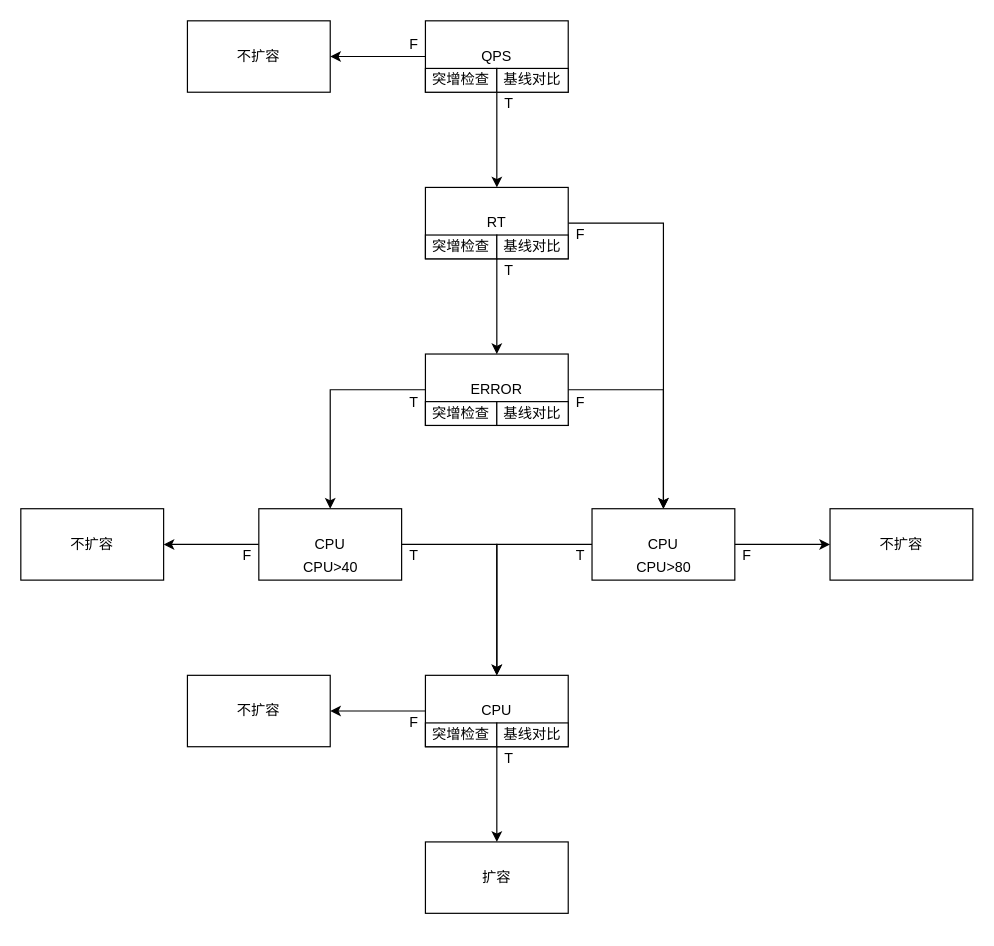
The draw.io diagram 容量扩容决策树.drawio in frankneu/draw.io, before the edit. Source tidied: cells renumbered, new cells numbered last; positions are measured from the earlier drawing's top-left corner, leaving out a move shared by most shapes. Both pictures are drawn from the tidied source at 119%, with x=0, y=0 at pixel (20, 20).
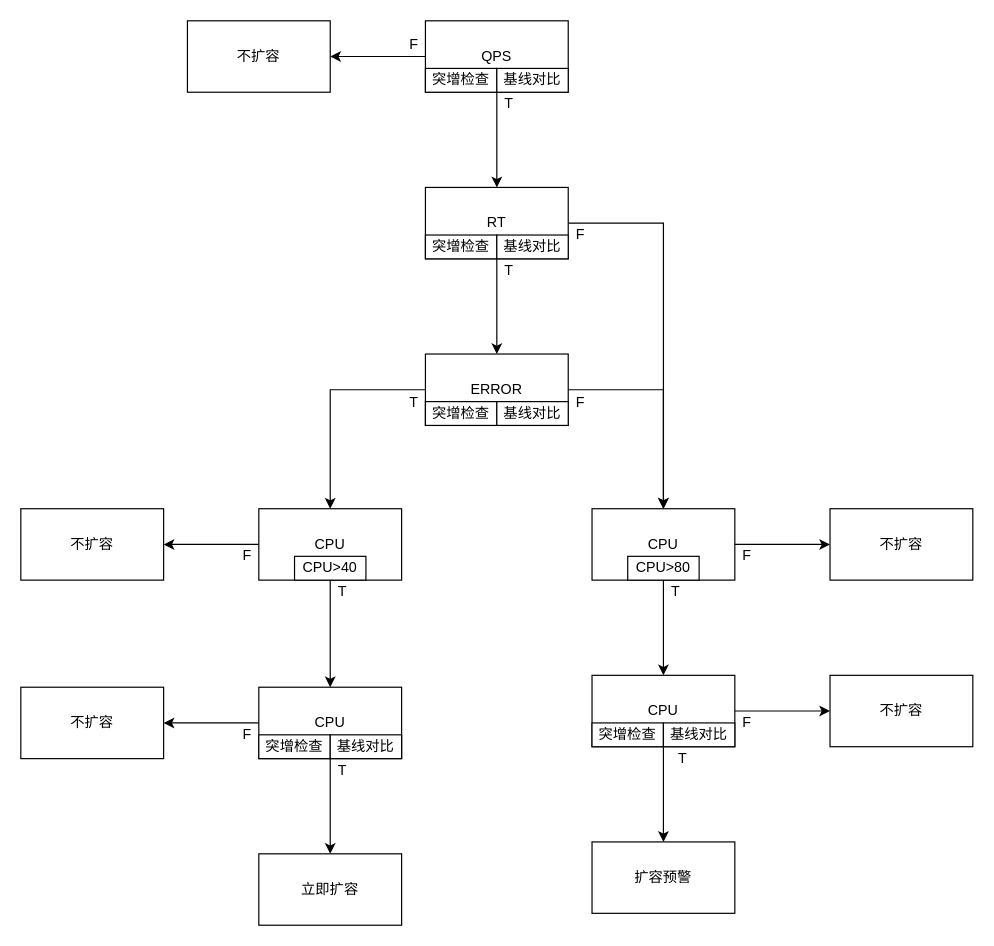
The same diagram, later.

Commit message (it also covers changes not shown here):
Update 容量扩容决策树.drawio

The change refers to these unchanged cells:
```xml
<mxCell id="14" value="CPU" style="rounded=0;whiteSpace=wrap;html=1;" parent="1" vertex="1">
  <mxGeometry x="480" y="410" width="120" height="60" as="geometry" />
</mxCell>
```

The edit, as a diff of the source:
```diff
@@
-    <mxCell id="13" style="edgeStyle=orthogonalEdgeStyle;rounded=0;jettySize=auto;html=1;exitX=0;exitY=0.5;exitDx=0;exitDy=0;entryX=0.5;entryY=0;entryDx=0;entryDy=0;" parent="1" edge="1" source="14" target="21">
-      <mxGeometry relative="1" as="geometry" />
-    </mxCell>
+    <mxCell id="47" style="edgeStyle=orthogonalEdgeStyle;rounded=0;jettySize=auto;html=1;" parent="1" edge="1" source="14" target="50">
+      <mxGeometry relative="1" as="geometry" />
+    </mxCell>
@@
+    <mxCell id="48" style="edgeStyle=orthogonalEdgeStyle;rounded=0;jettySize=auto;html=1;" parent="1" edge="1" source="50" target="52">
+      <mxGeometry relative="1" as="geometry" />
+    </mxCell>
+    <mxCell id="49" style="edgeStyle=orthogonalEdgeStyle;rounded=0;jettySize=auto;html=1;" parent="1" edge="1" source="50" target="51">
+      <mxGeometry relative="1" as="geometry" />
+    </mxCell>
+    <mxCell id="50" value="CPU" style="rounded=0;whiteSpace=wrap;html=1;" parent="1" vertex="1">
+      <mxGeometry x="480" y="550" width="120" height="60" as="geometry" />
+    </mxCell>
+    <mxCell id="51" value="不扩容" style="rounded=0;whiteSpace=wrap;html=1;" parent="1" vertex="1">
+      <mxGeometry x="680" y="550" width="120" height="60" as="geometry" />
+    </mxCell>
+    <mxCell id="52" value="扩容预警" style="rounded=0;whiteSpace=wrap;html=1;" parent="1" vertex="1">
+      <mxGeometry x="480" y="690" width="120" height="60" as="geometry" />
+    </mxCell>
@@
     <mxCell id="21" value="CPU" style="rounded=0;whiteSpace=wrap;html=1;" parent="1" vertex="1">
-      <mxGeometry x="340" y="550" width="120" height="60" as="geometry" />
+      <mxGeometry x="200" y="560" width="120" height="60" as="geometry" />
     </mxCell>
     <mxCell id="22" value="不扩容" style="rounded=0;whiteSpace=wrap;html=1;" parent="1" vertex="1">
-      <mxGeometry x="140" y="550" width="120" height="60" as="geometry" />
+      <mxGeometry y="560" width="120" height="60" as="geometry" />
     </mxCell>
-    <mxCell id="23" value="扩容" style="rounded=0;whiteSpace=wrap;html=1;" parent="1" vertex="1">
-      <mxGeometry x="340" y="690" width="120" height="60" as="geometry" />
+    <mxCell id="23" value="立即扩容" style="rounded=0;whiteSpace=wrap;html=1;" parent="1" vertex="1">
+      <mxGeometry x="200" y="700" width="120" height="60" as="geometry" />
     </mxCell>
@@
     <mxCell id="38" value="T" style="text;html=1;align=center;verticalAlign=middle;" parent="1" vertex="1">
-      <mxGeometry x="320" y="440" width="20" height="20" as="geometry" />
+      <mxGeometry x="260" y="470" width="20" height="20" as="geometry" />
     </mxCell>
     <mxCell id="39" value="T" style="text;html=1;align=center;verticalAlign=middle;" parent="1" vertex="1">
-      <mxGeometry x="460" y="440" width="20" height="20" as="geometry" />
+      <mxGeometry x="540" y="470" width="20" height="20" as="geometry" />
     </mxCell>
@@
     <mxCell id="41" value="突增检查" style="rounded=0;whiteSpace=wrap;html=1;" parent="1" vertex="1">
-      <mxGeometry x="340" y="590" width="60" height="20" as="geometry" />
+      <mxGeometry x="200" y="600" width="60" height="20" as="geometry" />
     </mxCell>
     <mxCell id="42" value="基线对比" style="rounded=0;whiteSpace=wrap;html=1;" parent="1" vertex="1">
-      <mxGeometry x="400" y="590" width="60" height="20" as="geometry" />
+      <mxGeometry x="260" y="600" width="60" height="20" as="geometry" />
     </mxCell>
     <mxCell id="43" value="T" style="text;html=1;align=center;verticalAlign=middle;" parent="1" vertex="1">
-      <mxGeometry x="400" y="610" width="20" height="20" as="geometry" />
+      <mxGeometry x="260" y="620" width="20" height="20" as="geometry" />
     </mxCell>
     <mxCell id="44" value="F" style="text;html=1;align=center;verticalAlign=middle;" parent="1" vertex="1">
-      <mxGeometry x="320" y="580" width="20" height="20" as="geometry" />
+      <mxGeometry x="180" y="590" width="20" height="20" as="geometry" />
     </mxCell>
+    <mxCell id="53" value="F" style="text;html=1;align=center;verticalAlign=middle;" parent="1" vertex="1">
+      <mxGeometry x="600" y="580" width="20" height="20" as="geometry" />
+    </mxCell>
+    <mxCell id="54" value="T" style="text;html=1;align=center;verticalAlign=middle;" parent="1" vertex="1">
+      <mxGeometry x="546" y="610" width="20" height="20" as="geometry" />
+    </mxCell>
+    <mxCell id="55" value="突增检查" style="rounded=0;whiteSpace=wrap;html=1;" parent="1" vertex="1">
+      <mxGeometry x="480" y="590" width="60" height="20" as="geometry" />
+    </mxCell>
+    <mxCell id="56" value="基线对比" style="rounded=0;whiteSpace=wrap;html=1;" parent="1" vertex="1">
+      <mxGeometry x="540" y="590" width="60" height="20" as="geometry" />
+    </mxCell>
-    <mxCell id="45" value="CPU&amp;gt;40" style="text;html=1;align=center;verticalAlign=middle;" parent="1" vertex="1">
+    <mxCell id="45" value="&lt;span&gt;CPU&amp;gt;40&lt;/span&gt;" style="rounded=0;whiteSpace=wrap;html=1;" parent="1" vertex="1">
       <mxGeometry x="230" y="450" width="60" height="20" as="geometry" />
     </mxCell>
-    <mxCell id="46" value="CPU&amp;gt;80" style="text;html=1;align=center;verticalAlign=middle;" parent="1" vertex="1">
+    <mxCell id="46" value="&lt;span&gt;CPU&amp;gt;80&lt;/span&gt;" style="rounded=0;whiteSpace=wrap;html=1;" parent="1" vertex="1">
       <mxGeometry x="510" y="450" width="60" height="20" as="geometry" />
     </mxCell>
```
